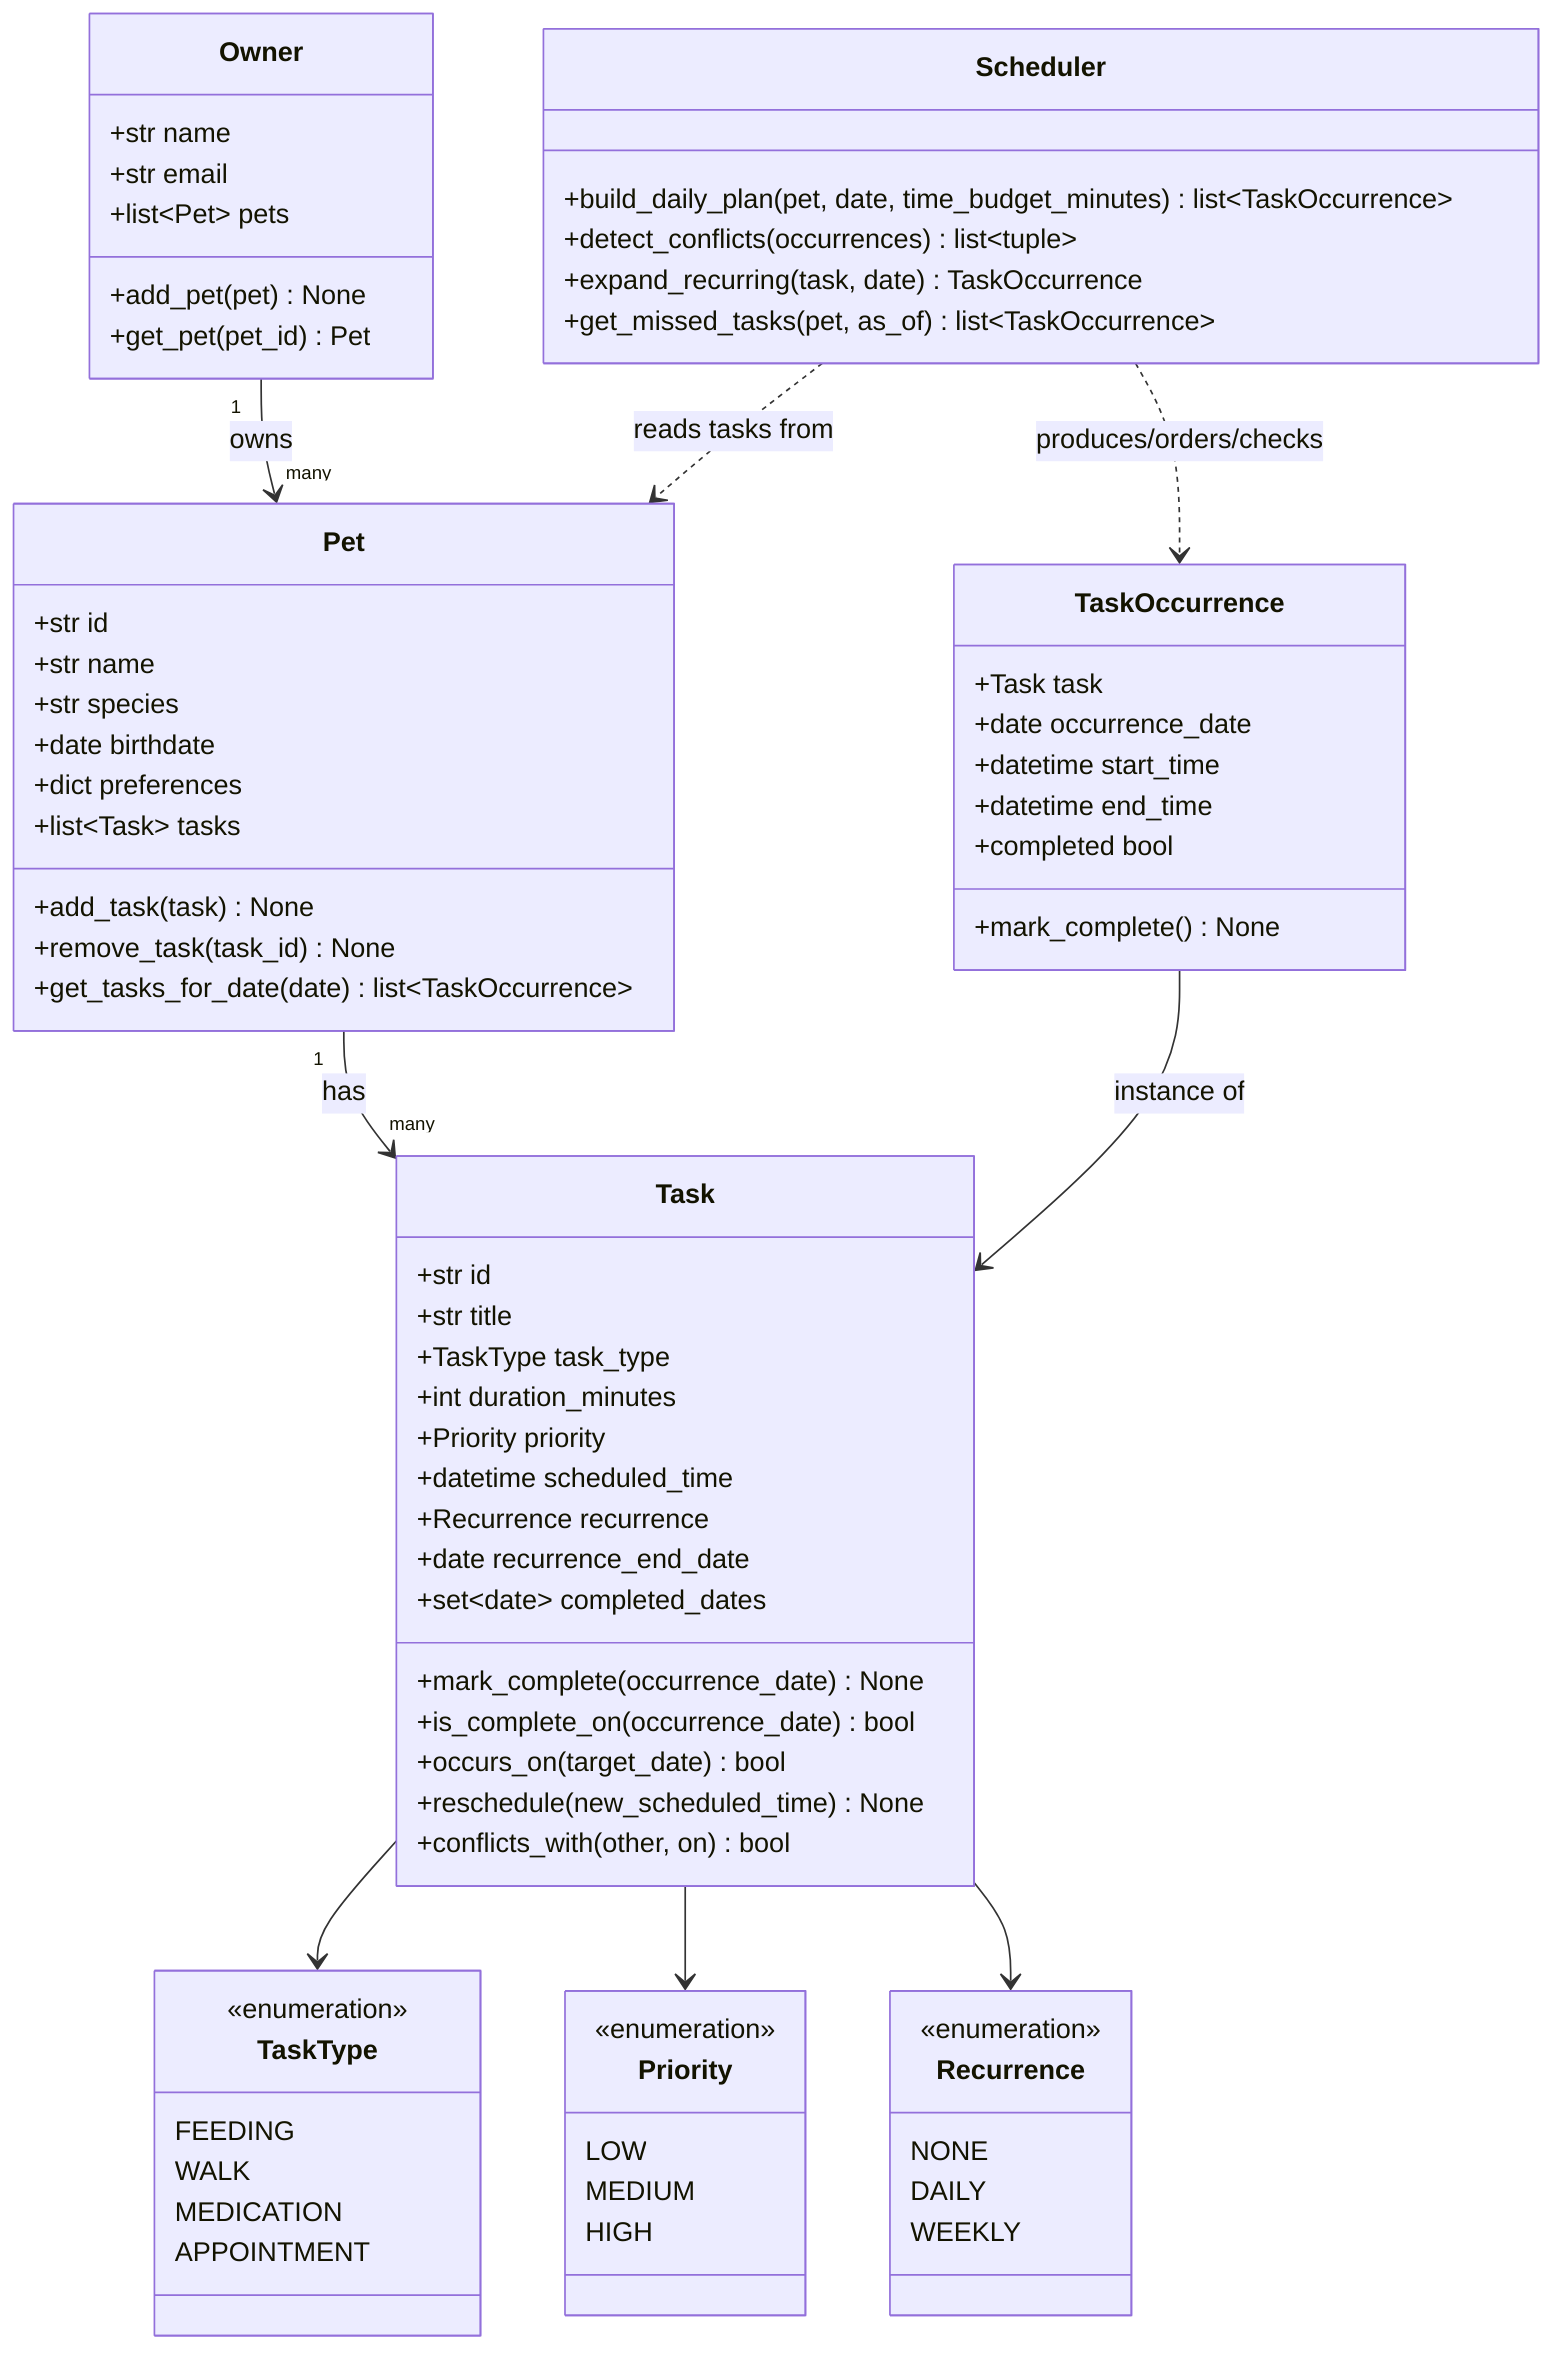
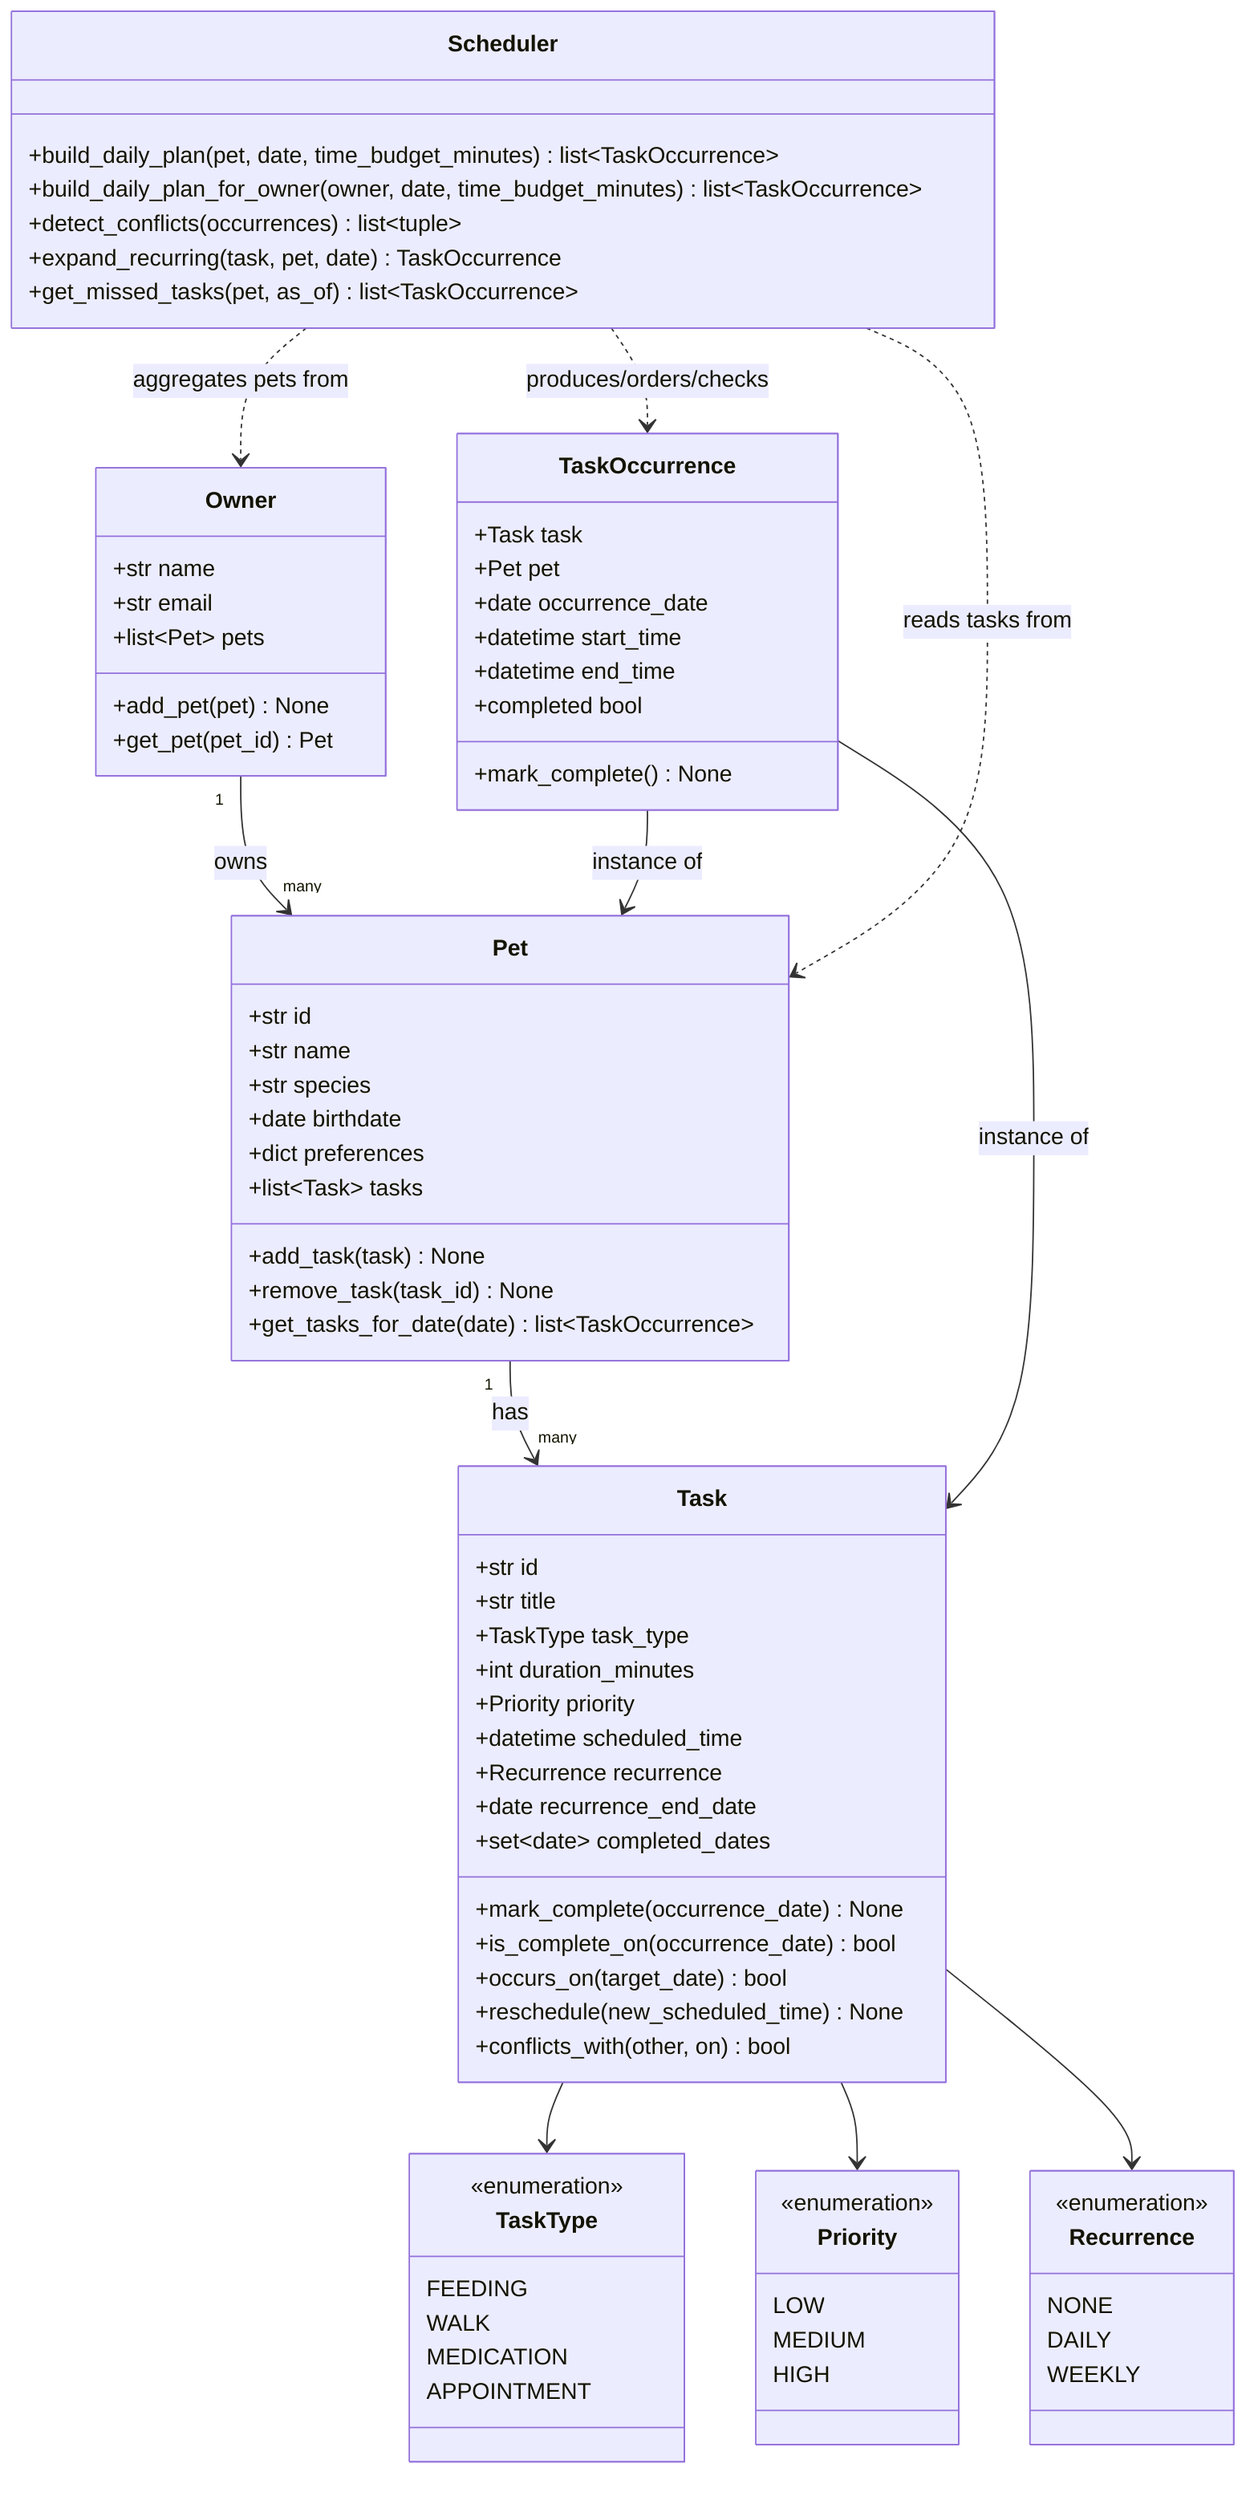
classDiagram
    class Owner {
        +str name
        +str email
        +list~Pet~ pets
        +add_pet(pet) None
        +get_pet(pet_id) Pet
    }

    class Pet {
        +str id
        +str name
        +str species
        +date birthdate
        +dict preferences
        +list~Task~ tasks
        +add_task(task) None
        +remove_task(task_id) None
        +get_tasks_for_date(date) list~TaskOccurrence~
    }

    class Task {
        +str id
        +str title
        +TaskType task_type
        +int duration_minutes
        +Priority priority
        +datetime scheduled_time
        +Recurrence recurrence
        +date recurrence_end_date
        +set~date~ completed_dates
        +mark_complete(occurrence_date) None
        +is_complete_on(occurrence_date) bool
        +occurs_on(target_date) bool
        +reschedule(new_scheduled_time) None
        +conflicts_with(other, on) bool
    }

    class TaskOccurrence {
        +Task task
+         +Pet pet
        +date occurrence_date
        +datetime start_time
        +datetime end_time
        +completed bool
        +mark_complete() None
    }

    class TaskType {
        <<enumeration>>
        FEEDING
        WALK
        MEDICATION
        APPOINTMENT
    }

    class Priority {
        <<enumeration>>
        LOW
        MEDIUM
        HIGH
    }

    class Recurrence {
        <<enumeration>>
        NONE
        DAILY
        WEEKLY
    }

    class Scheduler {
        +build_daily_plan(pet, date, time_budget_minutes) list~TaskOccurrence~
+         +build_daily_plan_for_owner(owner, date, time_budget_minutes) list~TaskOccurrence~
        +detect_conflicts(occurrences) list~tuple~
-         +expand_recurring(task, date) TaskOccurrence
+         +expand_recurring(task, pet, date) TaskOccurrence
        +get_missed_tasks(pet, as_of) list~TaskOccurrence~
    }

    Owner "1" --> "many" Pet : owns
    Pet "1" --> "many" Task : has
    Task --> TaskType
    Task --> Priority
    Task --> Recurrence
    TaskOccurrence --> Task : instance of
+     TaskOccurrence --> Pet : instance of
    Scheduler ..> Pet : reads tasks from
+     Scheduler ..> Owner : aggregates pets from
    Scheduler ..> TaskOccurrence : produces/orders/checks
